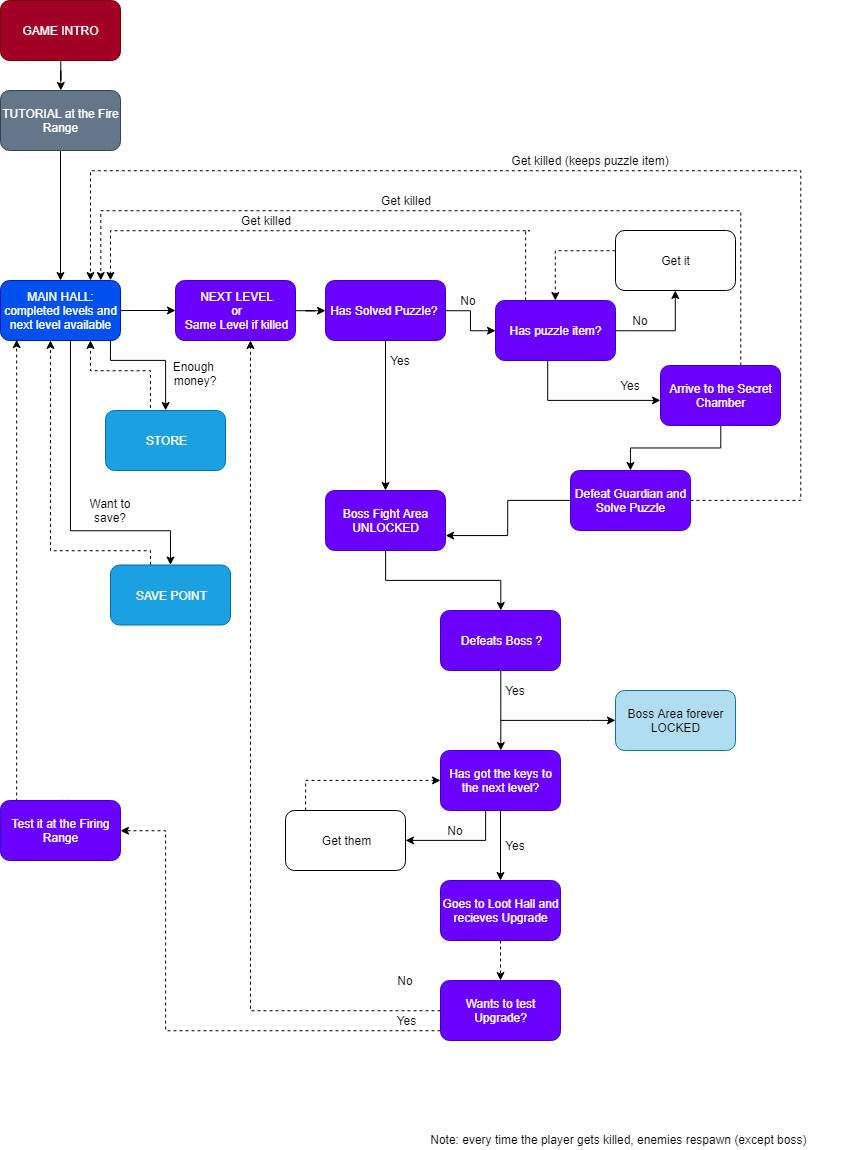
Before: docs/wiki/GameDesingDocument/levels/Core_Loop.png, a diagram exported from draw.io (pink-king/Final-Fantasy-Dawn-of-Ivalice). Source tidied: cells renumbered, new cells last; positions are measured from the earlier drawing's top-left corner, leaving out a move shared by most shapes.
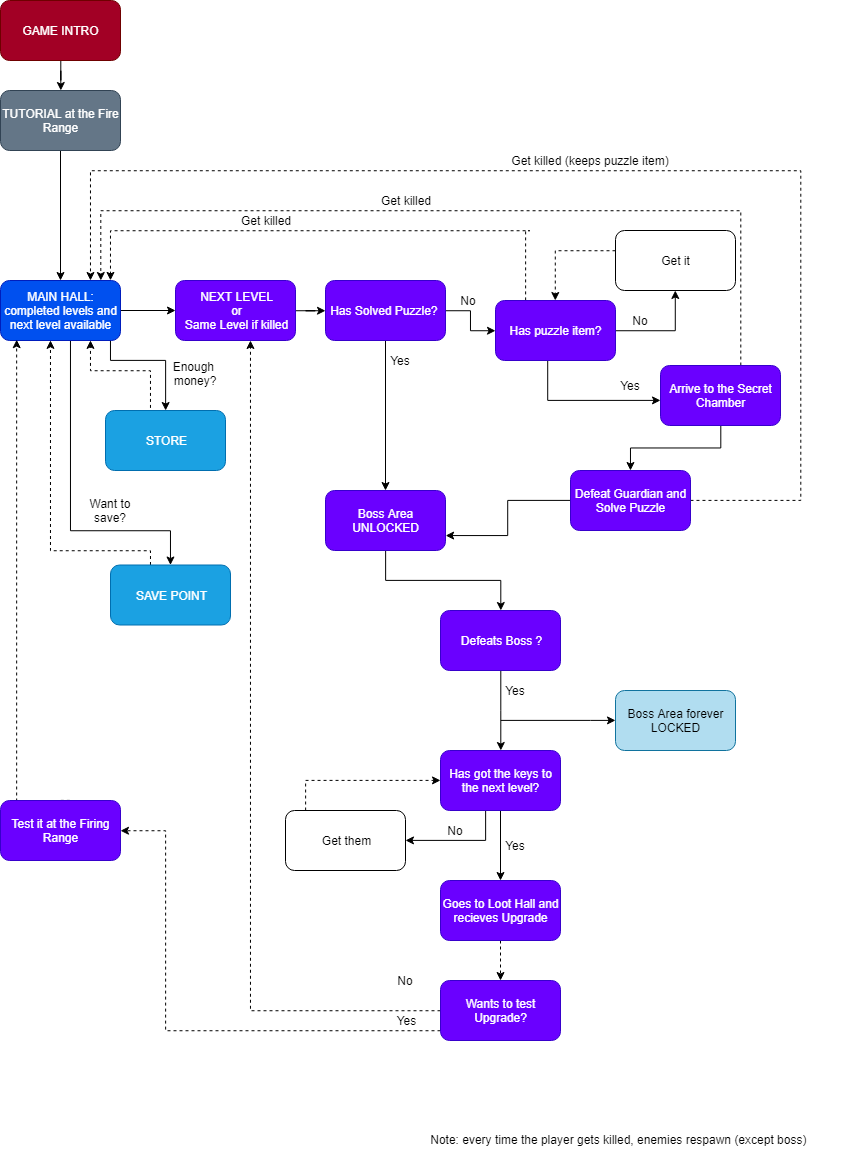
The same file after the commit.

Change to the diagram source:
```diff
@@ -78,7 +78,7 @@
     <mxCell id="19" style="edgeStyle=orthogonalEdgeStyle;rounded=0;jettySize=auto;html=1;strokeColor=#000000;" parent="1" edge="1" source="20" target="22">
       <mxGeometry relative="1" as="geometry" />
     </mxCell>
-    <mxCell id="20" value="Boss Fight Area UNLOCKED&lt;br&gt;" style="rounded=1;whiteSpace=wrap;html=1;fillColor=#6a00ff;strokeColor=#3700CC;fontColor=#ffffff;" parent="1" vertex="1">
+    <mxCell id="20" value="Boss Area UNLOCKED&lt;br&gt;" style="rounded=1;whiteSpace=wrap;html=1;fillColor=#6a00ff;strokeColor=#3700CC;fontColor=#ffffff;" parent="1" vertex="1">
       <mxGeometry x="325" y="490" width="120" height="60" as="geometry" />
     </mxCell>
     <mxCell id="21" style="edgeStyle=orthogonalEdgeStyle;rounded=0;jettySize=auto;html=1;strokeColor=#000000;" parent="1" edge="1" source="22" target="25">
```
